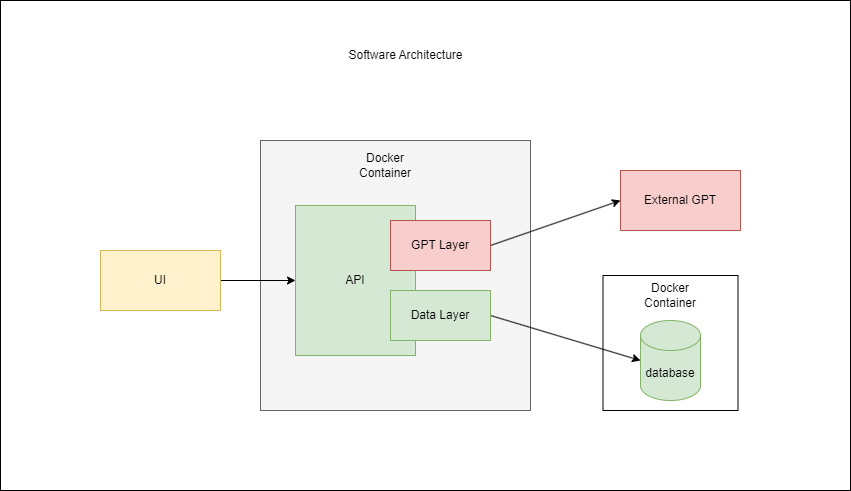
This is images/architecture.drawio.png from tinyhimself/Project-Propulsion-Api, a draw.io export, as it was before one commit. Source tidied: cells renumbered, new cells last; positions are measured from the earlier drawing's top-left corner, leaving out a move shared by most shapes. The source it was exported from:
```xml
<mxGraphModel>
  <root>
    <mxCell id="0" />
    <mxCell id="1" parent="0" />
    <mxCell id="2" style="rounded=0;whiteSpace=wrap;html=1;fontColor=#000000;fillColor=#FFFFFF;" parent="1" vertex="1">
      <mxGeometry width="850" height="490" as="geometry" />
    </mxCell>
    <mxCell id="3" style="whiteSpace=wrap;html=1;fontColor=#FFFFFF;fillColor=#FFFFFF;" parent="1" vertex="1">
      <mxGeometry x="602.5" y="275" width="135" height="135" as="geometry" />
    </mxCell>
    <mxCell id="4" style="whiteSpace=wrap;html=1;fontColor=#333333;fillColor=#f5f5f5;strokeColor=#666666;" parent="1" vertex="1">
      <mxGeometry x="260" y="140" width="270" height="270" as="geometry" />
    </mxCell>
    <mxCell id="5" value="API" style="rounded=0;html=1;fillColor=#d5e8d4;strokeColor=#82b366;fontColor=#000000;whiteSpace=wrap;" parent="1" vertex="1">
      <mxGeometry x="295" y="205" width="120" height="150" as="geometry" />
    </mxCell>
    <mxCell id="6" style="html=1;exitX=1;exitY=0.5;exitDx=0;exitDy=0;entryX=0;entryY=0.5;entryDx=0;entryDy=0;strokeColor=#000000;" parent="1" edge="1" source="7" target="12">
      <mxGeometry relative="1" as="geometry" />
    </mxCell>
    <mxCell id="7" value="GPT Layer" style="rounded=0;whiteSpace=wrap;html=1;fillColor=#f8cecc;strokeColor=#b85450;fontColor=#000000;" parent="1" vertex="1">
      <mxGeometry x="390" y="220" width="100" height="50" as="geometry" />
    </mxCell>
    <mxCell id="8" style="edgeStyle=none;html=1;exitX=1;exitY=0.5;exitDx=0;exitDy=0;entryX=0;entryY=0.5;entryDx=0;entryDy=0;strokeColor=#000000;" parent="1" edge="1" source="9" target="5">
      <mxGeometry relative="1" as="geometry" />
    </mxCell>
    <mxCell id="9" value="UI" style="rounded=0;whiteSpace=wrap;html=1;fillColor=#fff2cc;strokeColor=#d6b656;fontColor=#000000;" parent="1" vertex="1">
      <mxGeometry x="100" y="250" width="120" height="60" as="geometry" />
    </mxCell>
    <mxCell id="10" style="edgeStyle=none;html=1;exitX=1;exitY=0.5;exitDx=0;exitDy=0;entryX=0;entryY=0.5;entryDx=0;entryDy=0;strokeColor=#000000;entryPerimeter=0;" parent="1" edge="1" source="11" target="13">
      <mxGeometry relative="1" as="geometry" />
    </mxCell>
    <mxCell id="11" value="Data Layer" style="rounded=0;whiteSpace=wrap;html=1;fillColor=#d5e8d4;strokeColor=#82b366;fontColor=#000000;" parent="1" vertex="1">
      <mxGeometry x="390" y="290" width="100" height="50" as="geometry" />
    </mxCell>
    <mxCell id="12" value="External GPT" style="rounded=0;whiteSpace=wrap;html=1;fillColor=#f8cecc;strokeColor=#b85450;fontColor=#000000;" parent="1" vertex="1">
      <mxGeometry x="620" y="170" width="120" height="60" as="geometry" />
    </mxCell>
    <mxCell id="13" value="database" style="shape=cylinder3;whiteSpace=wrap;html=1;boundedLbl=1;backgroundOutline=1;size=15;fillColor=#d5e8d4;strokeColor=#82b366;fontColor=#000000;" parent="1" vertex="1">
      <mxGeometry x="640" y="320" width="60" height="80" as="geometry" />
    </mxCell>
    <mxCell id="14" value="Docker Container" style="text;html=1;strokeColor=none;fillColor=none;align=center;verticalAlign=middle;whiteSpace=wrap;rounded=0;fontColor=#000000;" parent="1" vertex="1">
      <mxGeometry x="355" y="150" width="60" height="30" as="geometry" />
    </mxCell>
    <mxCell id="15" value="Docker Container" style="text;html=1;strokeColor=none;fillColor=none;align=center;verticalAlign=middle;whiteSpace=wrap;rounded=0;fontColor=#000000;" parent="1" vertex="1">
      <mxGeometry x="640" y="280" width="60" height="30" as="geometry" />
    </mxCell>
    <mxCell id="16" value="Software Architecture" style="text;html=1;strokeColor=none;fillColor=none;align=center;verticalAlign=middle;whiteSpace=wrap;rounded=0;fontColor=#000000;" parent="1" vertex="1">
      <mxGeometry x="338" y="40" width="135" height="30" as="geometry" />
    </mxCell>
  </root>
</mxGraphModel>
```
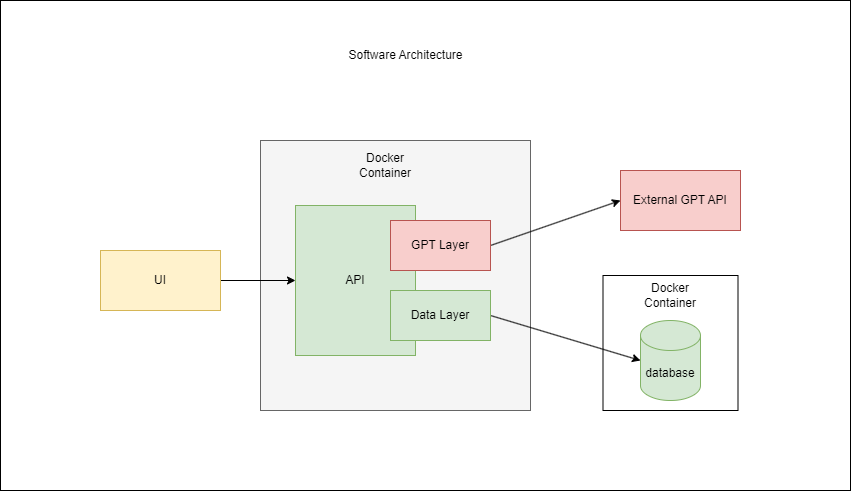
The same file after the commit.

Diff of the diagram source:
```diff
@@ -32,7 +32,7 @@
     <mxCell id="11" value="Data Layer" style="rounded=0;whiteSpace=wrap;html=1;fillColor=#d5e8d4;strokeColor=#82b366;fontColor=#000000;" parent="1" vertex="1">
       <mxGeometry x="390" y="290" width="100" height="50" as="geometry" />
     </mxCell>
-    <mxCell id="12" value="External GPT" style="rounded=0;whiteSpace=wrap;html=1;fillColor=#f8cecc;strokeColor=#b85450;fontColor=#000000;" parent="1" vertex="1">
+    <mxCell id="12" value="External GPT API" style="rounded=0;whiteSpace=wrap;html=1;fillColor=#f8cecc;strokeColor=#b85450;fontColor=#000000;" parent="1" vertex="1">
       <mxGeometry x="620" y="170" width="120" height="60" as="geometry" />
     </mxCell>
     <mxCell id="13" value="database" style="shape=cylinder3;whiteSpace=wrap;html=1;boundedLbl=1;backgroundOutline=1;size=15;fillColor=#d5e8d4;strokeColor=#82b366;fontColor=#000000;" parent="1" vertex="1">
```
